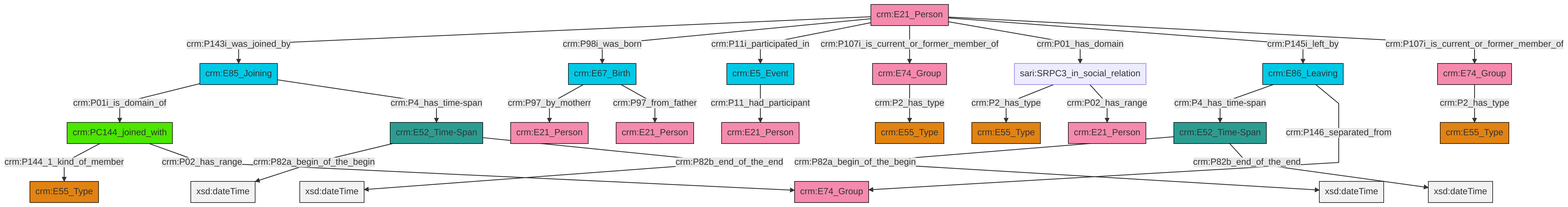
Before: et/personCSV/ttl/mmd/png/Person_Actor_Relations.png, a diagram exported from Mermaid (swiss-art-research-net/reference-data-models). Its source is kept beside it as et/personCSV/ttl/mmd/Person_Actor_Relations.ttl.mmd.
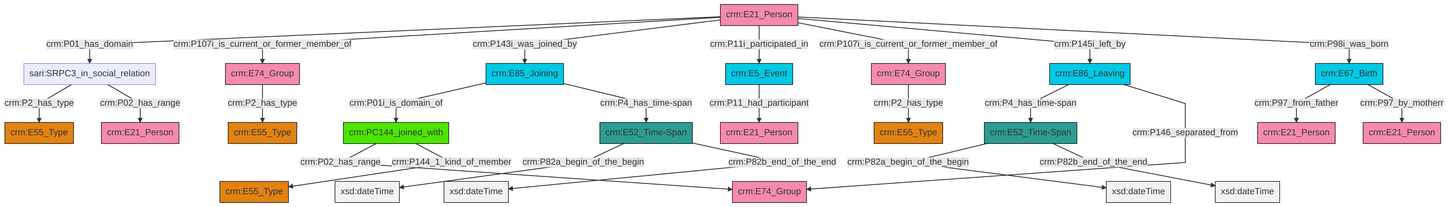
After the commit.

What changed in the source:
```diff
@@ -13,27 +13,27 @@
 classDef PC_Classes fill:#4ce600, stroke:#000000;
 classDef Multi fill:#cccccc,stroke:#000000;
 
-0["crm:E74_Group"]:::Actor -->|crm:P2_has_type| 1["crm:E55_Type"]:::Type
-2["crm:E21_Person"]:::Actor -->|crm:P143i_was_joined_by| 3["crm:E85_Joining"]:::Temporal_Entity
-6["crm:E86_Leaving"]:::Temporal_Entity -->|crm:P4_has_time-span| 7["crm:E52_Time-Span"]:::Time-Span
-2["crm:E21_Person"]:::Actor -->|crm:P98i_was_born| 10["crm:E67_Birth"]:::Temporal_Entity
-11["crm:PC144_joined_with"]:::PC_Classes -->|crm:P144_1_kind_of_member| 12["crm:E55_Type"]:::Type
-2["crm:E21_Person"]:::Actor -->|crm:P11i_participated_in| 13["crm:E5_Event"]:::Temporal_Entity
-3["crm:E85_Joining"]:::Temporal_Entity -->|crm:P01i_is_domain_of| 11["crm:PC144_joined_with"]:::PC_Classes
-8["crm:E52_Time-Span"]:::Time-Span -->|crm:P82a_begin_of_the_begin| 16[xsd:dateTime]:::Literal
-18["sari:SRPC3_in_social_relation"]:::Default -->|crm:P2_has_type| 19["crm:E55_Type"]:::Type
-18["sari:SRPC3_in_social_relation"]:::Default -->|crm:P02_has_range| 20["crm:E21_Person"]:::Actor
-11["crm:PC144_joined_with"]:::PC_Classes -->|crm:P02_has_range| 22["crm:E74_Group"]:::Actor
-2["crm:E21_Person"]:::Actor -->|crm:P107i_is_current_or_former_member_of| 0["crm:E74_Group"]:::Actor
-13["crm:E5_Event"]:::Temporal_Entity -->|crm:P11_had_participant| 25["crm:E21_Person"]:::Actor
-7["crm:E52_Time-Span"]:::Time-Span -->|crm:P82a_begin_of_the_begin| 26[xsd:dateTime]:::Literal
-8["crm:E52_Time-Span"]:::Time-Span -->|crm:P82b_end_of_the_end| 27[xsd:dateTime]:::Literal
-3["crm:E85_Joining"]:::Temporal_Entity -->|crm:P4_has_time-span| 8["crm:E52_Time-Span"]:::Time-Span
-29["crm:E74_Group"]:::Actor -->|crm:P2_has_type| 30["crm:E55_Type"]:::Type
-6["crm:E86_Leaving"]:::Temporal_Entity -->|crm:P146_separated_from| 22["crm:E74_Group"]:::Actor
-7["crm:E52_Time-Span"]:::Time-Span -->|crm:P82b_end_of_the_end| 33[xsd:dateTime]:::Literal
-10["crm:E67_Birth"]:::Temporal_Entity -->|crm:P97_by_motherr| 4["crm:E21_Person"]:::Actor
-10["crm:E67_Birth"]:::Temporal_Entity -->|crm:P97_from_father| 14["crm:E21_Person"]:::Actor
-2["crm:E21_Person"]:::Actor -->|crm:P01_has_domain| 18["sari:SRPC3_in_social_relation"]:::Default
-2["crm:E21_Person"]:::Actor -->|crm:P145i_left_by| 6["crm:E86_Leaving"]:::Temporal_Entity
-2["crm:E21_Person"]:::Actor -->|crm:P107i_is_current_or_former_member_of| 29["crm:E74_Group"]:::Actor
+6["crm:E52_Time-Span"]:::Time-Span -->|crm:P82a_begin_of_the_begin| 7[xsd:dateTime]:::Literal
+6["crm:E52_Time-Span"]:::Time-Span -->|crm:P82b_end_of_the_end| 8[xsd:dateTime]:::Literal
+9["crm:E85_Joining"]:::Temporal_Entity -->|crm:P01i_is_domain_of| 10["crm:PC144_joined_with"]:::PC_Classes
+0["crm:E86_Leaving"]:::Temporal_Entity -->|crm:P4_has_time-span| 11["crm:E52_Time-Span"]:::Time-Span
+10["crm:PC144_joined_with"]:::PC_Classes -->|crm:P02_has_range| 12["crm:E74_Group"]:::Actor
+4["crm:E67_Birth"]:::Temporal_Entity -->|crm:P97_from_father| 14["crm:E21_Person"]:::Actor
+16["crm:E21_Person"]:::Actor -->|crm:P01_has_domain| 17["sari:SRPC3_in_social_relation"]:::Default
+16["crm:E21_Person"]:::Actor -->|crm:P107i_is_current_or_former_member_of| 18["crm:E74_Group"]:::Actor
+10["crm:PC144_joined_with"]:::PC_Classes -->|crm:P144_1_kind_of_member| 19["crm:E55_Type"]:::Type
+16["crm:E21_Person"]:::Actor -->|crm:P143i_was_joined_by| 9["crm:E85_Joining"]:::Temporal_Entity
+22["crm:E74_Group"]:::Actor -->|crm:P2_has_type| 23["crm:E55_Type"]:::Type
+16["crm:E21_Person"]:::Actor -->|crm:P11i_participated_in| 24["crm:E5_Event"]:::Temporal_Entity
+24["crm:E5_Event"]:::Temporal_Entity -->|crm:P11_had_participant| 25["crm:E21_Person"]:::Actor
+18["crm:E74_Group"]:::Actor -->|crm:P2_has_type| 26["crm:E55_Type"]:::Type
+9["crm:E85_Joining"]:::Temporal_Entity -->|crm:P4_has_time-span| 6["crm:E52_Time-Span"]:::Time-Span
+17["sari:SRPC3_in_social_relation"]:::Default -->|crm:P2_has_type| 28["crm:E55_Type"]:::Type
+4["crm:E67_Birth"]:::Temporal_Entity -->|crm:P97_by_motherr| 30["crm:E21_Person"]:::Actor
+16["crm:E21_Person"]:::Actor -->|crm:P107i_is_current_or_former_member_of| 22["crm:E74_Group"]:::Actor
+11["crm:E52_Time-Span"]:::Time-Span -->|crm:P82a_begin_of_the_begin| 38[xsd:dateTime]:::Literal
+17["sari:SRPC3_in_social_relation"]:::Default -->|crm:P02_has_range| 2["crm:E21_Person"]:::Actor
+11["crm:E52_Time-Span"]:::Time-Span -->|crm:P82b_end_of_the_end| 41[xsd:dateTime]:::Literal
+16["crm:E21_Person"]:::Actor -->|crm:P145i_left_by| 0["crm:E86_Leaving"]:::Temporal_Entity
+16["crm:E21_Person"]:::Actor -->|crm:P98i_was_born| 4["crm:E67_Birth"]:::Temporal_Entity
+0["crm:E86_Leaving"]:::Temporal_Entity -->|crm:P146_separated_from| 12["crm:E74_Group"]:::Actor
```
